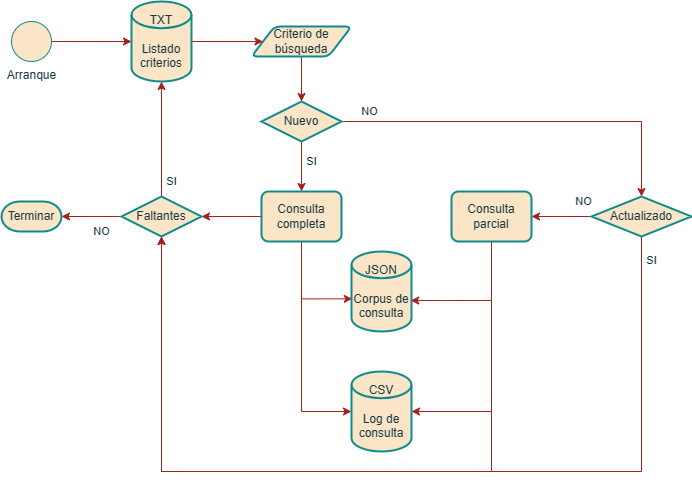
CAMM961001/inai-itam keeps this draw.io diagram as diagramas_flujo/consultar_api.drawio.png. Above is the earlier version. Source tidied: cells renumbered, new cells last; positions are measured from the earlier drawing's top-left corner, leaving out a move shared by most shapes. The source it was exported from:
```xml
<mxGraphModel>
  <root>
    <mxCell id="0" />
    <mxCell id="1" parent="0" />
    <mxCell id="2" style="edgeStyle=orthogonalEdgeStyle;rounded=0;jettySize=auto;html=1;entryX=0.5;entryY=0;entryDx=0;entryDy=0;entryPerimeter=0;strokeColor=#A8201A;fontColor=#143642;fillColor=#FAE5C7;" parent="1" edge="1" source="3" target="6">
      <mxGeometry relative="1" as="geometry" />
    </mxCell>
    <mxCell id="3" value="Criterio de búsqueda" style="shape=parallelogram;html=1;strokeWidth=2;perimeter=parallelogramPerimeter;whiteSpace=wrap;rounded=1;arcSize=12;size=0.23;strokeColor=#0F8B8D;fontColor=#143642;fillColor=#FAE5C7;" parent="1" vertex="1">
      <mxGeometry x="250" y="25" width="100" height="30" as="geometry" />
    </mxCell>
    <mxCell id="4" value="SI" style="edgeStyle=orthogonalEdgeStyle;rounded=0;jettySize=auto;html=1;entryX=0.5;entryY=0;entryDx=0;entryDy=0;strokeColor=#A8201A;fontColor=#143642;fillColor=#FAE5C7;" parent="1" edge="1" source="6" target="10">
      <mxGeometry x="-0.2" y="10" relative="1" as="geometry" />
    </mxCell>
    <mxCell id="5" value="NO" style="edgeStyle=orthogonalEdgeStyle;rounded=0;jettySize=auto;html=1;entryX=0.5;entryY=0;entryDx=0;entryDy=0;entryPerimeter=0;strokeColor=#A8201A;fontColor=#143642;fillColor=#FAE5C7;" parent="1" edge="1" source="6" target="17">
      <mxGeometry x="-0.85" y="10" relative="1" as="geometry" />
    </mxCell>
    <mxCell id="6" value="Nuevo" style="strokeWidth=2;html=1;shape=mxgraph.flowchart.decision;whiteSpace=wrap;strokeColor=#0F8B8D;fontColor=#143642;fillColor=#FAE5C7;" parent="1" vertex="1">
      <mxGeometry x="260" y="100" width="80" height="40" as="geometry" />
    </mxCell>
    <mxCell id="7" style="edgeStyle=orthogonalEdgeStyle;rounded=0;jettySize=auto;html=1;entryX=1;entryY=0.5;entryDx=0;entryDy=0;entryPerimeter=0;strokeColor=#A8201A;fontColor=#143642;fillColor=#FAE5C7;" parent="1" edge="1" source="10" target="21">
      <mxGeometry relative="1" as="geometry" />
    </mxCell>
    <mxCell id="8" style="edgeStyle=orthogonalEdgeStyle;rounded=0;jettySize=auto;html=1;entryX=0.013;entryY=0.592;entryDx=0;entryDy=0;entryPerimeter=0;strokeColor=#A8201A;fontColor=#143642;fillColor=#FAE5C7;" parent="1" edge="1" source="10" target="23">
      <mxGeometry relative="1" as="geometry">
        <Array as="points">
          <mxPoint x="300" y="297" />
        </Array>
      </mxGeometry>
    </mxCell>
    <mxCell id="9" style="edgeStyle=orthogonalEdgeStyle;rounded=0;jettySize=auto;html=1;entryX=0;entryY=0.5;entryDx=0;entryDy=0;entryPerimeter=0;strokeColor=#A8201A;fontColor=#143642;fillColor=#FAE5C7;" parent="1" edge="1" source="10" target="18">
      <mxGeometry relative="1" as="geometry">
        <Array as="points">
          <mxPoint x="300" y="410" />
        </Array>
      </mxGeometry>
    </mxCell>
    <mxCell id="10" value="Consulta completa" style="rounded=1;whiteSpace=wrap;html=1;absoluteArcSize=1;arcSize=14;strokeWidth=2;strokeColor=#0F8B8D;fontColor=#143642;fillColor=#FAE5C7;" parent="1" vertex="1">
      <mxGeometry x="260" y="190" width="80" height="50" as="geometry" />
    </mxCell>
    <mxCell id="11" style="edgeStyle=orthogonalEdgeStyle;rounded=0;jettySize=auto;html=1;entryX=0;entryY=0.5;entryDx=0;entryDy=0;strokeColor=#A8201A;fontColor=#143642;fillColor=#FAE5C7;" parent="1" edge="1" source="12" target="3">
      <mxGeometry relative="1" as="geometry" />
    </mxCell>
    <mxCell id="12" value="TXT&lt;br&gt;&lt;br&gt;Listado&lt;br&gt;criterios" style="strokeWidth=2;html=1;shape=mxgraph.flowchart.database;whiteSpace=wrap;strokeColor=#0F8B8D;fontColor=#143642;fillColor=#FAE5C7;" parent="1" vertex="1">
      <mxGeometry x="130" width="60" height="80" as="geometry" />
    </mxCell>
    <mxCell id="13" style="edgeStyle=orthogonalEdgeStyle;rounded=0;jettySize=auto;html=1;entryX=0;entryY=0.5;entryDx=0;entryDy=0;entryPerimeter=0;strokeColor=#A8201A;fontColor=#143642;fillColor=#FAE5C7;" parent="1" edge="1" source="14" target="12">
      <mxGeometry relative="1" as="geometry" />
    </mxCell>
    <mxCell id="14" value="Arranque" style="verticalLabelPosition=bottom;verticalAlign=top;html=1;shape=mxgraph.flowchart.on-page_reference;strokeColor=#0F8B8D;fontColor=#143642;fillColor=#FAE5C7;" parent="1" vertex="1">
      <mxGeometry x="10" y="20" width="40" height="40" as="geometry" />
    </mxCell>
    <mxCell id="15" value="SI" style="edgeStyle=orthogonalEdgeStyle;rounded=0;jettySize=auto;html=1;entryX=0.5;entryY=1;entryDx=0;entryDy=0;entryPerimeter=0;strokeColor=#A8201A;fontColor=#143642;fillColor=#FAE5C7;exitX=0.5;exitY=1;exitDx=0;exitDy=0;exitPerimeter=0;" parent="1" edge="1" source="17" target="21">
      <mxGeometry x="-0.95" y="10" relative="1" as="geometry">
        <Array as="points">
          <mxPoint x="640" y="470" />
          <mxPoint x="160" y="470" />
        </Array>
      </mxGeometry>
    </mxCell>
    <mxCell id="16" value="NO" style="edgeStyle=orthogonalEdgeStyle;rounded=0;jettySize=auto;html=1;strokeColor=#A8201A;fontColor=#143642;fillColor=#FAE5C7;entryX=1;entryY=0.5;entryDx=0;entryDy=0;" parent="1" edge="1" source="17" target="27">
      <mxGeometry x="-0.75" y="-15" relative="1" as="geometry" />
    </mxCell>
    <mxCell id="17" value="Actualizado" style="strokeWidth=2;html=1;shape=mxgraph.flowchart.decision;whiteSpace=wrap;strokeColor=#0F8B8D;fontColor=#143642;fillColor=#FAE5C7;" parent="1" vertex="1">
      <mxGeometry x="590" y="195" width="100" height="40" as="geometry" />
    </mxCell>
    <mxCell id="18" value="CSV&lt;br&gt;&lt;br&gt;Log de&lt;br&gt;consulta" style="strokeWidth=2;html=1;shape=mxgraph.flowchart.database;whiteSpace=wrap;strokeColor=#0F8B8D;fontColor=#143642;fillColor=#FAE5C7;" parent="1" vertex="1">
      <mxGeometry x="350" y="370" width="60" height="80" as="geometry" />
    </mxCell>
    <mxCell id="19" value="SI" style="edgeStyle=orthogonalEdgeStyle;rounded=0;jettySize=auto;html=1;entryX=0.5;entryY=1;entryDx=0;entryDy=0;entryPerimeter=0;strokeColor=#A8201A;fontColor=#143642;fillColor=#FAE5C7;" parent="1" edge="1" source="21" target="12">
      <mxGeometry x="-0.74" y="-10" relative="1" as="geometry" />
    </mxCell>
    <mxCell id="20" value="NO" style="edgeStyle=orthogonalEdgeStyle;rounded=0;jettySize=auto;html=1;entryX=1;entryY=0.5;entryDx=0;entryDy=0;entryPerimeter=0;strokeColor=#A8201A;fontColor=#143642;fillColor=#FAE5C7;" parent="1" edge="1" source="21" target="22">
      <mxGeometry x="-0.33" y="15" relative="1" as="geometry" />
    </mxCell>
    <mxCell id="21" value="Faltantes" style="strokeWidth=2;html=1;shape=mxgraph.flowchart.decision;whiteSpace=wrap;strokeColor=#0F8B8D;fontColor=#143642;fillColor=#FAE5C7;" parent="1" vertex="1">
      <mxGeometry x="120" y="195" width="80" height="40" as="geometry" />
    </mxCell>
    <mxCell id="22" value="Terminar" style="strokeWidth=2;html=1;shape=mxgraph.flowchart.terminator;whiteSpace=wrap;strokeColor=#0F8B8D;fontColor=#143642;fillColor=#FAE5C7;" parent="1" vertex="1">
      <mxGeometry y="200" width="60" height="30" as="geometry" />
    </mxCell>
    <mxCell id="23" value="JSON&lt;br&gt;&lt;br&gt;Corpus de&lt;br&gt;consulta" style="strokeWidth=2;html=1;shape=mxgraph.flowchart.database;whiteSpace=wrap;strokeColor=#0F8B8D;fontColor=#143642;fillColor=#FAE5C7;" parent="1" vertex="1">
      <mxGeometry x="350" y="250" width="60" height="80" as="geometry" />
    </mxCell>
    <mxCell id="24" style="edgeStyle=orthogonalEdgeStyle;rounded=0;jettySize=auto;html=1;entryX=0.987;entryY=0.613;entryDx=0;entryDy=0;entryPerimeter=0;strokeColor=#A8201A;fontColor=#143642;fillColor=#FAE5C7;" parent="1" edge="1" source="27" target="23">
      <mxGeometry relative="1" as="geometry">
        <Array as="points">
          <mxPoint x="490" y="299" />
        </Array>
      </mxGeometry>
    </mxCell>
    <mxCell id="25" style="edgeStyle=orthogonalEdgeStyle;rounded=0;jettySize=auto;html=1;entryX=1;entryY=0.5;entryDx=0;entryDy=0;entryPerimeter=0;strokeColor=#A8201A;fontColor=#143642;fillColor=#FAE5C7;" parent="1" edge="1" source="27" target="18">
      <mxGeometry relative="1" as="geometry">
        <Array as="points">
          <mxPoint x="490" y="410" />
        </Array>
      </mxGeometry>
    </mxCell>
    <mxCell id="26" style="edgeStyle=orthogonalEdgeStyle;rounded=0;jettySize=auto;html=1;entryX=0.5;entryY=1;entryDx=0;entryDy=0;entryPerimeter=0;strokeColor=#A8201A;fontColor=#143642;fillColor=#FAE5C7;" parent="1" edge="1" source="27" target="21">
      <mxGeometry relative="1" as="geometry">
        <Array as="points">
          <mxPoint x="490" y="470" />
          <mxPoint x="160" y="470" />
        </Array>
      </mxGeometry>
    </mxCell>
    <mxCell id="27" value="Consulta parcial" style="rounded=1;whiteSpace=wrap;html=1;absoluteArcSize=1;arcSize=14;strokeWidth=2;strokeColor=#0F8B8D;fontColor=#143642;fillColor=#FAE5C7;" parent="1" vertex="1">
      <mxGeometry x="450" y="190" width="80" height="50" as="geometry" />
    </mxCell>
  </root>
</mxGraphModel>
```
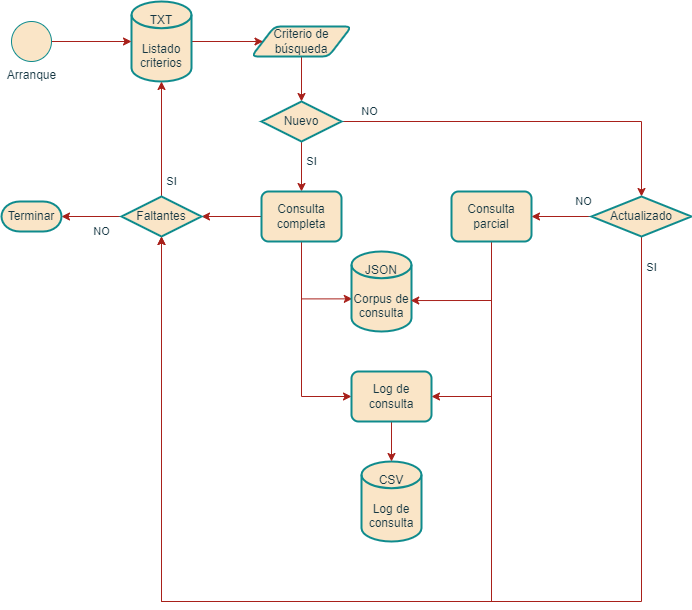
After the commit.

Change to the diagram source:
```diff
@@ -27,13 +27,9 @@
         </Array>
       </mxGeometry>
     </mxCell>
-    <mxCell id="9" style="edgeStyle=orthogonalEdgeStyle;rounded=0;jettySize=auto;html=1;entryX=0;entryY=0.5;entryDx=0;entryDy=0;entryPerimeter=0;strokeColor=#A8201A;fontColor=#143642;fillColor=#FAE5C7;" parent="1" edge="1" source="10" target="18">
-      <mxGeometry relative="1" as="geometry">
-        <Array as="points">
-          <mxPoint x="300" y="410" />
-        </Array>
-      </mxGeometry>
-    </mxCell>
+    <mxCell id="28" style="edgeStyle=orthogonalEdgeStyle;rounded=0;jettySize=auto;html=1;exitX=0.5;exitY=1;exitDx=0;exitDy=0;entryX=0;entryY=0.5;entryDx=0;entryDy=0;strokeColor=#A8201A;" parent="1" edge="1" source="10" target="31">
+      <mxGeometry relative="1" as="geometry" />
+    </mxCell>
     <mxCell id="10" value="Consulta completa" style="rounded=1;whiteSpace=wrap;html=1;absoluteArcSize=1;arcSize=14;strokeWidth=2;strokeColor=#0F8B8D;fontColor=#143642;fillColor=#FAE5C7;" parent="1" vertex="1">
       <mxGeometry x="260" y="190" width="80" height="50" as="geometry" />
     </mxCell>
@@ -52,8 +48,8 @@
     <mxCell id="15" value="SI" style="edgeStyle=orthogonalEdgeStyle;rounded=0;jettySize=auto;html=1;entryX=0.5;entryY=1;entryDx=0;entryDy=0;entryPerimeter=0;strokeColor=#A8201A;fontColor=#143642;fillColor=#FAE5C7;exitX=0.5;exitY=1;exitDx=0;exitDy=0;exitPerimeter=0;" parent="1" edge="1" source="17" target="21">
       <mxGeometry x="-0.95" y="10" relative="1" as="geometry">
         <Array as="points">
-          <mxPoint x="640" y="470" />
-          <mxPoint x="160" y="470" />
+          <mxPoint x="640" y="600" />
+          <mxPoint x="160" y="600" />
         </Array>
       </mxGeometry>
     </mxCell>
@@ -64,7 +60,7 @@
       <mxGeometry x="590" y="195" width="100" height="40" as="geometry" />
     </mxCell>
     <mxCell id="18" value="CSV&lt;br&gt;&lt;br&gt;Log de&lt;br&gt;consulta" style="strokeWidth=2;html=1;shape=mxgraph.flowchart.database;whiteSpace=wrap;strokeColor=#0F8B8D;fontColor=#143642;fillColor=#FAE5C7;" parent="1" vertex="1">
-      <mxGeometry x="350" y="370" width="60" height="80" as="geometry" />
+      <mxGeometry x="360" y="460" width="60" height="80" as="geometry" />
     </mxCell>
     <mxCell id="19" value="SI" style="edgeStyle=orthogonalEdgeStyle;rounded=0;jettySize=auto;html=1;entryX=0.5;entryY=1;entryDx=0;entryDy=0;entryPerimeter=0;strokeColor=#A8201A;fontColor=#143642;fillColor=#FAE5C7;" parent="1" edge="1" source="21" target="12">
       <mxGeometry x="-0.74" y="-10" relative="1" as="geometry" />
@@ -88,23 +84,25 @@
         </Array>
       </mxGeometry>
     </mxCell>
-    <mxCell id="25" style="edgeStyle=orthogonalEdgeStyle;rounded=0;jettySize=auto;html=1;entryX=1;entryY=0.5;entryDx=0;entryDy=0;entryPerimeter=0;strokeColor=#A8201A;fontColor=#143642;fillColor=#FAE5C7;" parent="1" edge="1" source="27" target="18">
-      <mxGeometry relative="1" as="geometry">
-        <Array as="points">
-          <mxPoint x="490" y="410" />
-        </Array>
-      </mxGeometry>
-    </mxCell>
     <mxCell id="26" style="edgeStyle=orthogonalEdgeStyle;rounded=0;jettySize=auto;html=1;entryX=0.5;entryY=1;entryDx=0;entryDy=0;entryPerimeter=0;strokeColor=#A8201A;fontColor=#143642;fillColor=#FAE5C7;" parent="1" edge="1" source="27" target="21">
       <mxGeometry relative="1" as="geometry">
         <Array as="points">
-          <mxPoint x="490" y="470" />
-          <mxPoint x="160" y="470" />
+          <mxPoint x="490" y="600" />
+          <mxPoint x="160" y="600" />
         </Array>
       </mxGeometry>
     </mxCell>
+    <mxCell id="29" style="edgeStyle=orthogonalEdgeStyle;rounded=0;jettySize=auto;html=1;exitX=0.5;exitY=1;exitDx=0;exitDy=0;entryX=1;entryY=0.5;entryDx=0;entryDy=0;strokeColor=#A8201A;" parent="1" edge="1" source="27" target="31">
+      <mxGeometry relative="1" as="geometry" />
+    </mxCell>
     <mxCell id="27" value="Consulta parcial" style="rounded=1;whiteSpace=wrap;html=1;absoluteArcSize=1;arcSize=14;strokeWidth=2;strokeColor=#0F8B8D;fontColor=#143642;fillColor=#FAE5C7;" parent="1" vertex="1">
       <mxGeometry x="450" y="190" width="80" height="50" as="geometry" />
     </mxCell>
+    <mxCell id="30" style="edgeStyle=orthogonalEdgeStyle;rounded=0;jettySize=auto;html=1;exitX=0.5;exitY=1;exitDx=0;exitDy=0;entryX=0.5;entryY=0;entryDx=0;entryDy=0;entryPerimeter=0;strokeColor=#A8201A;" parent="1" edge="1" source="31" target="18">
+      <mxGeometry relative="1" as="geometry" />
+    </mxCell>
+    <mxCell id="31" value="Log de consulta" style="rounded=1;whiteSpace=wrap;html=1;absoluteArcSize=1;arcSize=14;strokeWidth=2;strokeColor=#0F8B8D;fontColor=#143642;fillColor=#FAE5C7;" parent="1" vertex="1">
+      <mxGeometry x="350" y="370" width="80" height="50" as="geometry" />
+    </mxCell>
   </root>
 </mxGraphModel>
```
